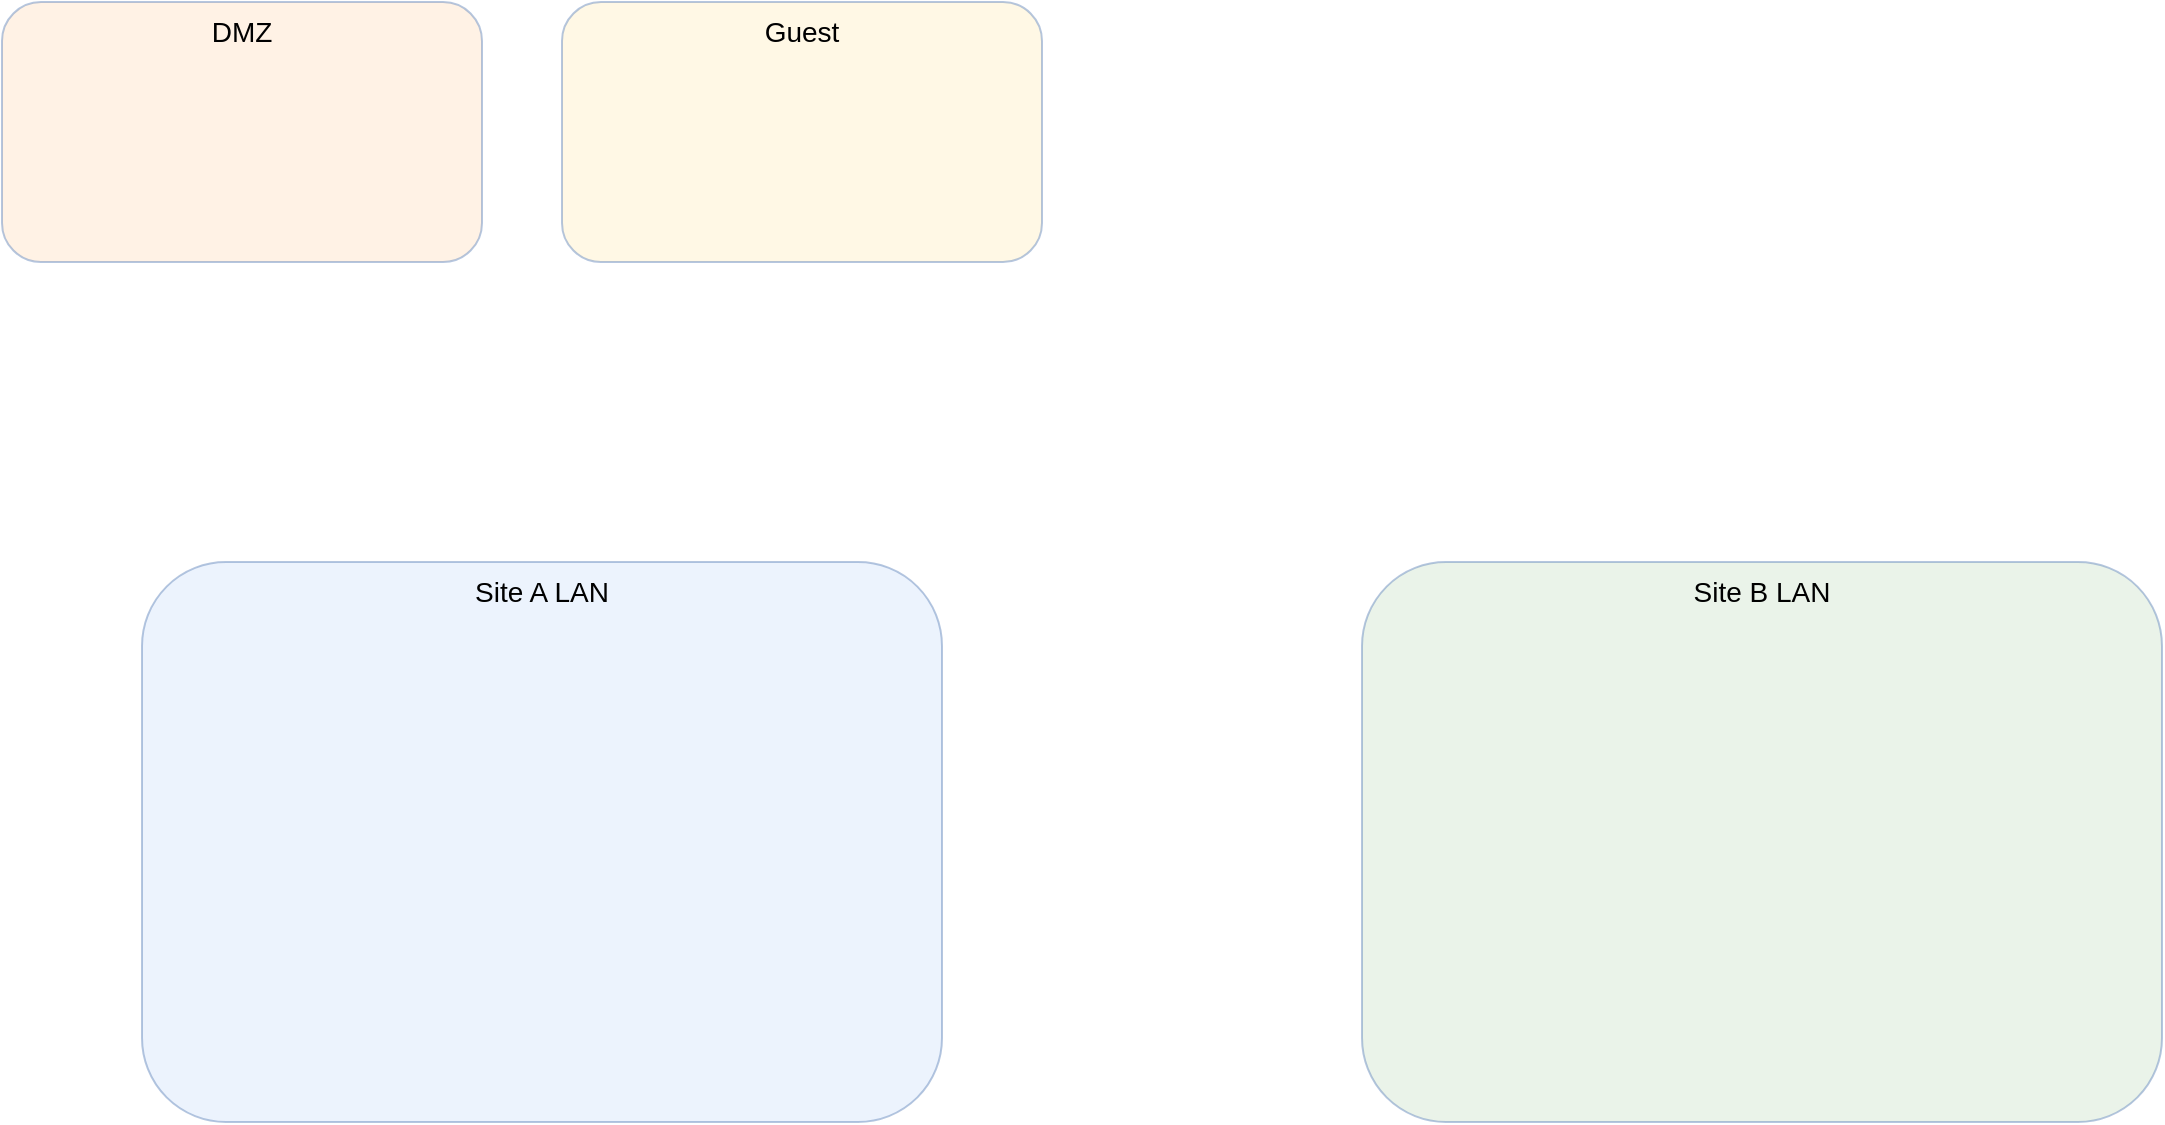
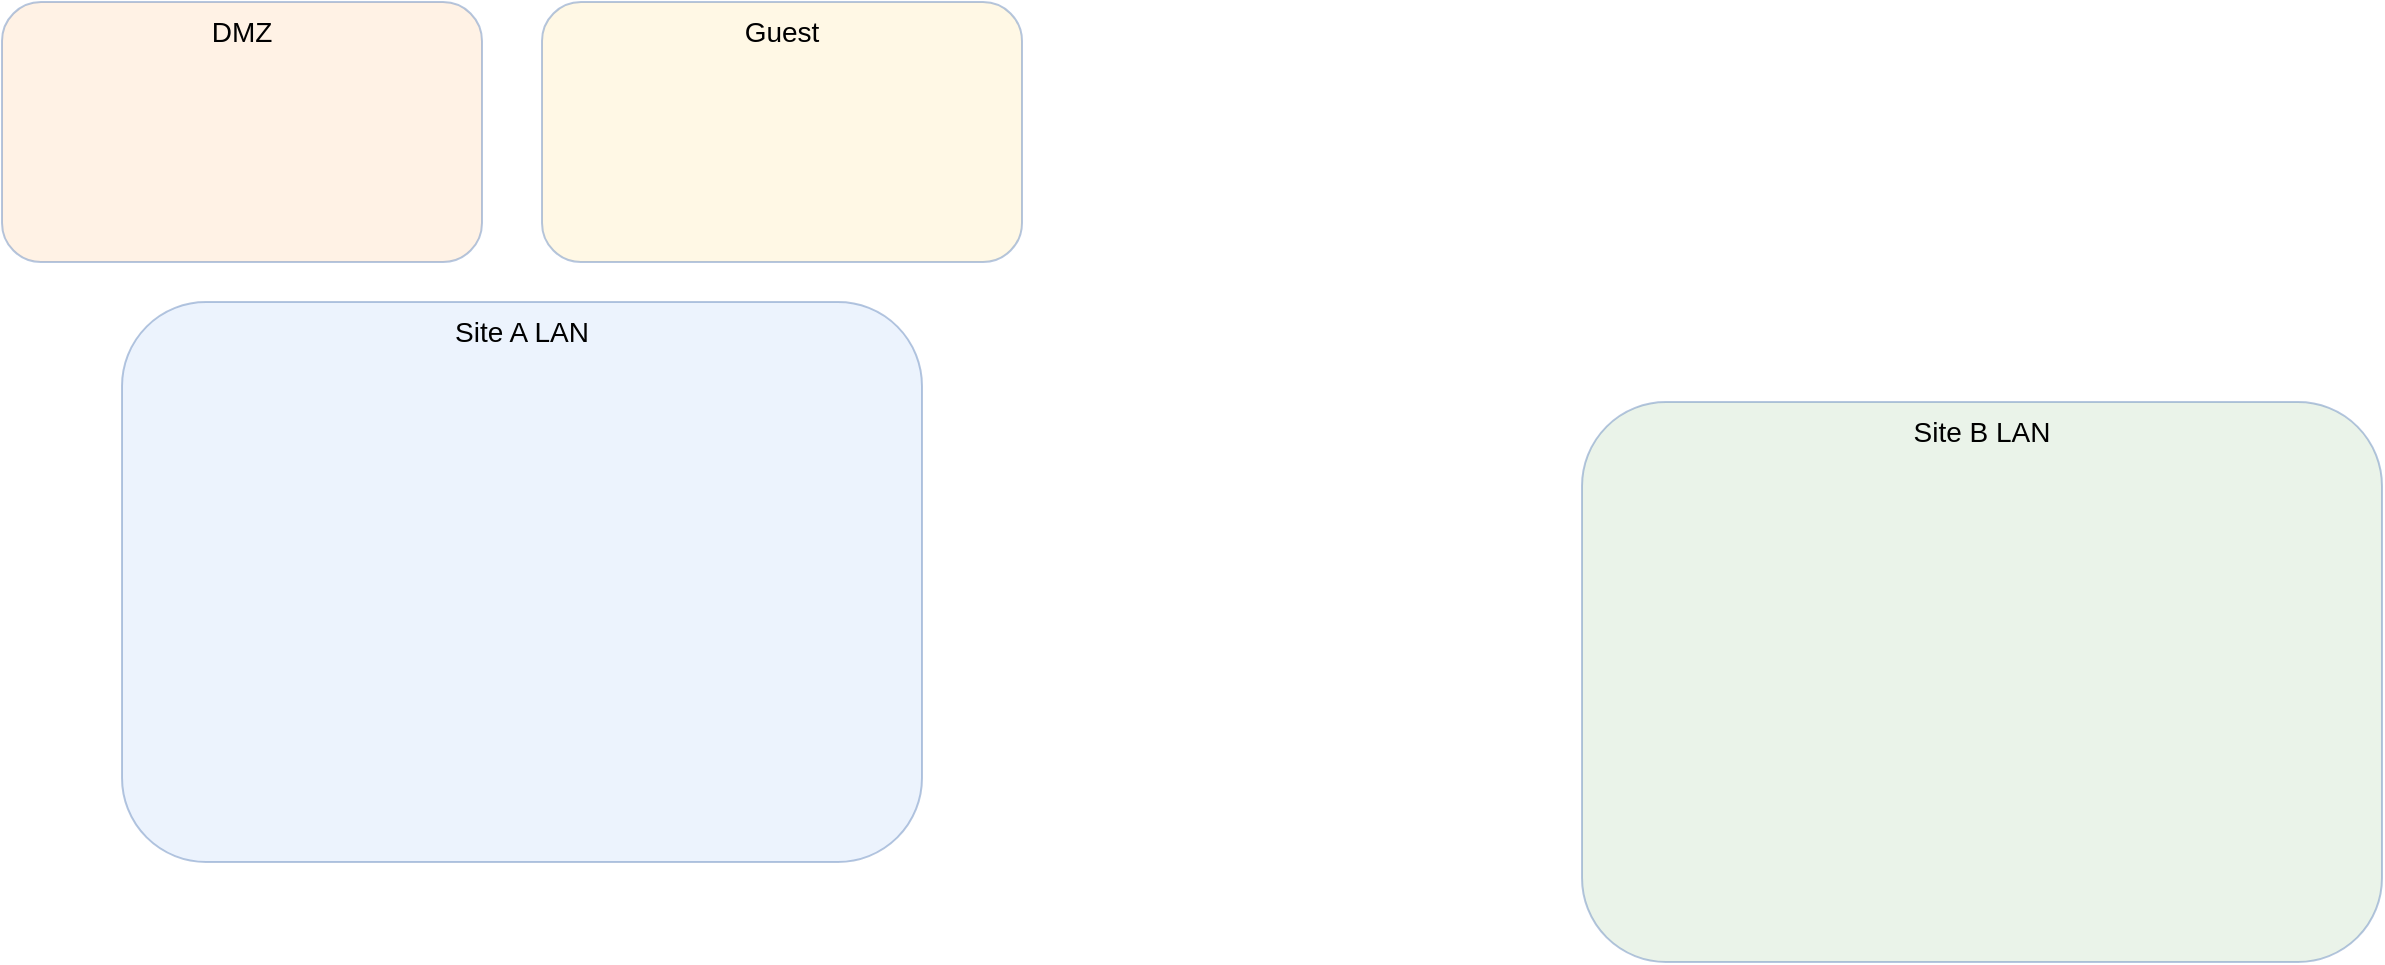
<mxfile host="app.diagrams.net">
  <diagram name="Page-1" id="aE-eTVAnwCrOjX7-gmKK">
-     <mxGraphModel dx="1814" dy="1149" grid="1" gridSize="10" guides="1" tooltips="1" connect="1" arrows="1" fold="1" page="0" pageScale="1" pageWidth="850" pageHeight="1100" math="0" shadow="0">
+     <mxGraphModel dx="1814" dy="749" grid="1" gridSize="10" guides="1" tooltips="1" connect="1" arrows="1" fold="1" page="0" pageScale="1" pageWidth="850" pageHeight="1100" math="0" shadow="0">
      <root>
        <mxCell id="0" />
        <mxCell id="1" parent="0" />
        <mxCell id="EZgRDW7K4JCvW-KvDmnW-1" parent="1" style="rounded=1;whiteSpace=wrap;html=1;fillColor=#dae8fc;strokeColor=#6c8ebf;opacity=50;fontSize=14;verticalAlign=top;" value="Site A LAN" vertex="1">
-           <mxGeometry height="280" width="400" x="50" y="210" as="geometry" />
+           <mxGeometry height="280" width="400" x="-70" y="160" as="geometry" />
        </mxCell>
        <mxCell id="EZgRDW7K4JCvW-KvDmnW-2" parent="1" style="rounded=1;whiteSpace=wrap;html=1;fillColor=#d5e8d4;strokeColor=#6c8ebf;opacity=50;fontSize=14;verticalAlign=top;" value="Site B LAN" vertex="1">
          <mxGeometry height="280" width="400" x="660" y="210" as="geometry" />
        </mxCell>
        <mxCell id="EZgRDW7K4JCvW-KvDmnW-4" parent="1" style="rounded=1;whiteSpace=wrap;html=1;fillColor=#ffe6cc;strokeColor=#6c8ebf;opacity=50;fontSize=14;verticalAlign=top;" value="DMZ" vertex="1">
-           <mxGeometry height="130" width="240" x="-20" y="-70" as="geometry" />
+           <mxGeometry height="130" width="240" x="-130" y="10" as="geometry" />
        </mxCell>
        <mxCell id="EZgRDW7K4JCvW-KvDmnW-5" parent="1" style="rounded=1;whiteSpace=wrap;html=1;fillColor=#fff2cc;strokeColor=#6c8ebf;opacity=50;fontSize=14;verticalAlign=top;" value="Guest" vertex="1">
-           <mxGeometry height="130" width="240" x="260" y="-70" as="geometry" />
+           <mxGeometry height="130" width="240" x="140" y="10" as="geometry" />
        </mxCell>
      </root>
    </mxGraphModel>
  </diagram>
</mxfile>
